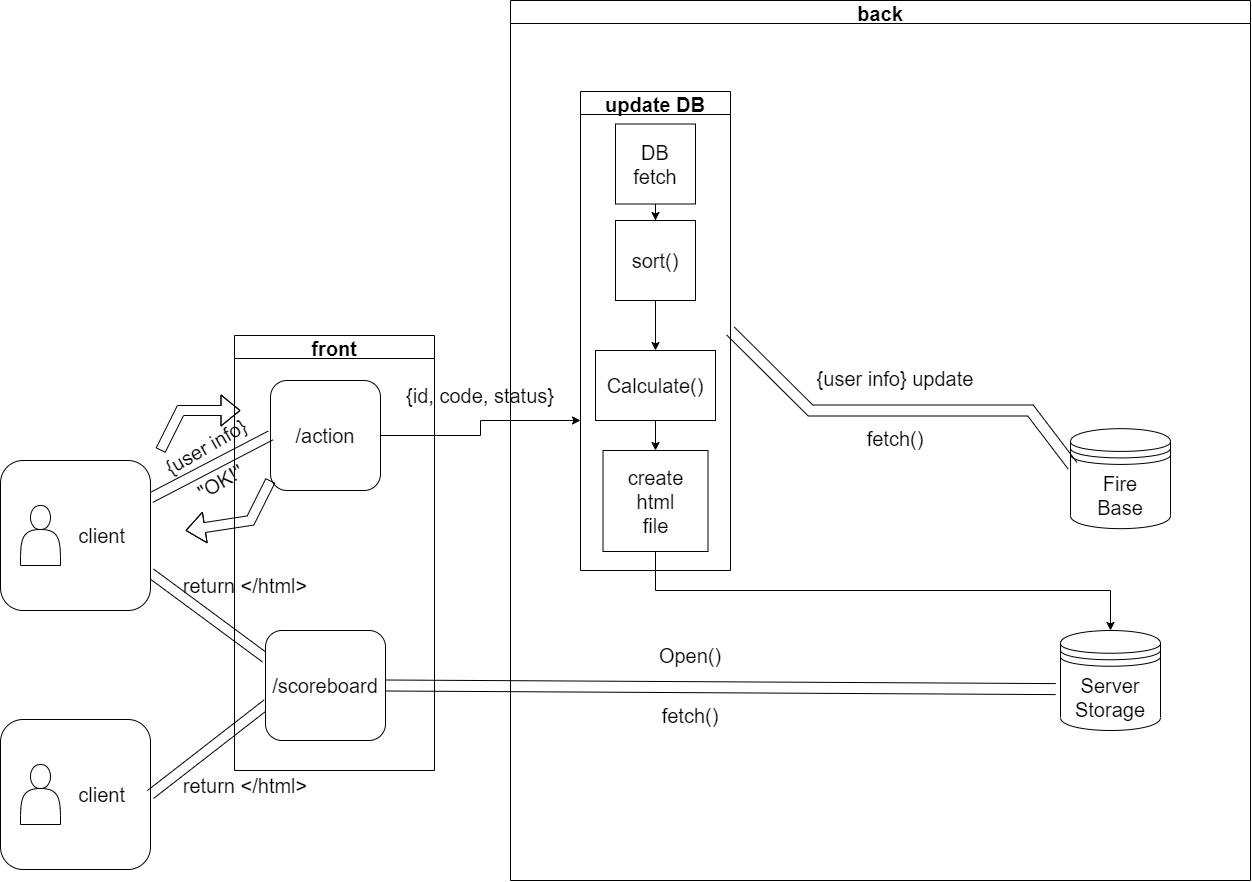
The draw.io diagram INC_HC.drawio.png in zjvlwndehr/drawio, before a commit. Source tidied: cells renumbered, new cells last; positions are measured from the earlier drawing's top-left corner, leaving out a move shared by most shapes.
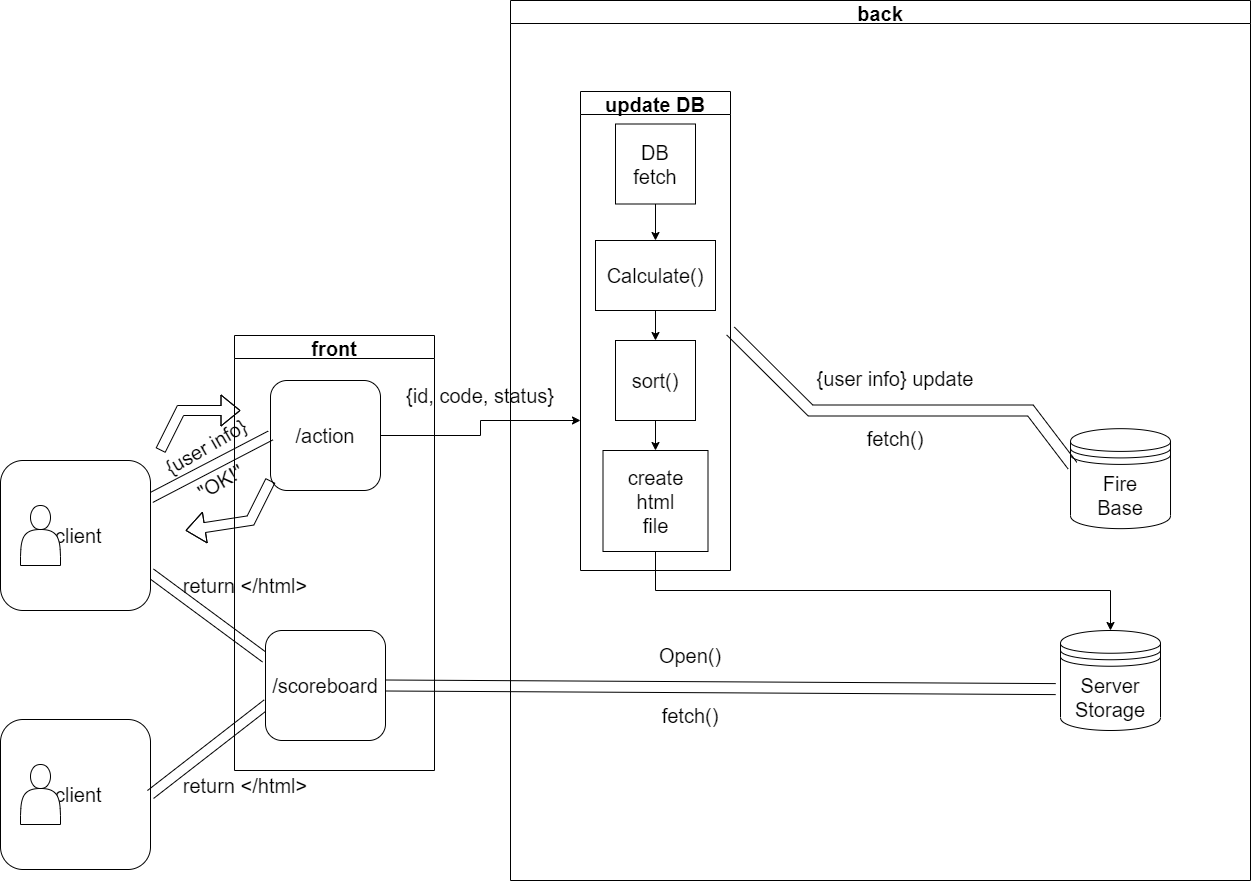
Later version of the same file.

Commit message:
INC_HC.drawio.png이 추가되었습니다.

Change to the diagram source:
```diff
@@ -46,7 +46,7 @@
     <mxCell id="10" style="group;" parent="1" vertex="1">
       <mxGeometry y="460" width="150" height="150" as="geometry" />
     </mxCell>
-    <mxCell id="11" value="&lt;span style=&quot;white-space: pre;&quot;&gt;&#9;&lt;/span&gt;&lt;span style=&quot;white-space: pre;&quot;&gt;&#9;&lt;/span&gt;&lt;font style=&quot;font-size: 20px;&quot;&gt;client&lt;/font&gt;" style="rounded=1;whiteSpace=wrap;html=1;" parent="10" vertex="1">
+    <mxCell id="11" value="&lt;span style=&quot;white-space: pre;&quot;&gt; &lt;/span&gt;&lt;span style=&quot;white-space: pre;&quot;&gt; &lt;/span&gt;&lt;font style=&quot;font-size: 20px;&quot;&gt;client&lt;/font&gt;" style="rounded=1;whiteSpace=wrap;html=1;" parent="10" vertex="1">
       <mxGeometry width="150" height="150" as="geometry" />
     </mxCell>
     <mxCell id="12" style="shape=actor;whiteSpace=wrap;html=1;" parent="10" vertex="1">
@@ -55,7 +55,7 @@
     <mxCell id="13" style="group;" parent="1" vertex="1">
       <mxGeometry y="719" width="150" height="150" as="geometry" />
     </mxCell>
-    <mxCell id="14" value="&lt;span style=&quot;white-space: pre;&quot;&gt;&#9;&lt;/span&gt;&lt;span style=&quot;white-space: pre;&quot;&gt;&#9;&lt;/span&gt;&lt;font style=&quot;font-size: 20px;&quot;&gt;client&lt;/font&gt;" style="rounded=1;whiteSpace=wrap;html=1;" parent="13" vertex="1">
+    <mxCell id="14" value="&lt;span style=&quot;white-space: pre;&quot;&gt; &lt;/span&gt;&lt;span style=&quot;white-space: pre;&quot;&gt; &lt;/span&gt;&lt;font style=&quot;font-size: 20px;&quot;&gt;client&lt;/font&gt;" style="rounded=1;whiteSpace=wrap;html=1;" parent="13" vertex="1">
       <mxGeometry width="150" height="150" as="geometry" />
     </mxCell>
     <mxCell id="15" style="shape=actor;whiteSpace=wrap;html=1;" parent="13" vertex="1">
@@ -122,26 +122,26 @@
     <mxCell id="33" value="update DB" style="swimlane;fontSize=20;startSize=23;" parent="32" vertex="1">
       <mxGeometry x="70" y="91" width="150" height="479" as="geometry" />
     </mxCell>
-    <mxCell id="34" style="edgeStyle=orthogonalEdgeStyle;rounded=0;jettySize=auto;html=1;fontSize=20;" parent="33" edge="1" source="35" target="37">
-      <mxGeometry relative="1" as="geometry" />
-    </mxCell>
+    <mxCell id="42" style="edgeStyle=orthogonalEdgeStyle;rounded=0;jettySize=auto;html=1;" parent="33" edge="1" source="35" target="40">
+      <mxGeometry relative="1" as="geometry" />
+    </mxCell>
     <mxCell id="35" value="DB&lt;br&gt;fetch" style="whiteSpace=wrap;html=1;fontSize=20;" parent="33" vertex="1">
       <mxGeometry x="35" y="32.5" width="80" height="80" as="geometry" />
     </mxCell>
-    <mxCell id="36" style="edgeStyle=orthogonalEdgeStyle;rounded=0;jettySize=auto;html=1;fontSize=20;" parent="33" edge="1" source="37" target="40">
-      <mxGeometry relative="1" as="geometry" />
-    </mxCell>
+    <mxCell id="43" style="edgeStyle=orthogonalEdgeStyle;rounded=0;jettySize=auto;html=1;" parent="33" edge="1" source="37" target="38">
+      <mxGeometry relative="1" as="geometry" />
+    </mxCell>
     <mxCell id="37" value="sort()" style="whiteSpace=wrap;html=1;fontSize=20;" parent="33" vertex="1">
-      <mxGeometry x="35" y="129" width="80" height="80" as="geometry" />
+      <mxGeometry x="35" y="249" width="80" height="80" as="geometry" />
     </mxCell>
     <mxCell id="38" value="create&lt;br&gt;html&lt;br&gt;file" style="whiteSpace=wrap;html=1;fontSize=20;" parent="33" vertex="1">
       <mxGeometry x="22.5" y="359" width="105" height="101" as="geometry" />
     </mxCell>
-    <mxCell id="39" style="edgeStyle=orthogonalEdgeStyle;rounded=0;jettySize=auto;html=1;fontSize=20;" parent="33" edge="1" source="40" target="38">
-      <mxGeometry relative="1" as="geometry" />
-    </mxCell>
+    <mxCell id="44" style="edgeStyle=orthogonalEdgeStyle;rounded=0;jettySize=auto;html=1;" parent="33" edge="1" source="40" target="37">
+      <mxGeometry relative="1" as="geometry" />
+    </mxCell>
     <mxCell id="40" value="Calculate()" style="whiteSpace=wrap;html=1;fontSize=20;" parent="33" vertex="1">
-      <mxGeometry x="15" y="259" width="120" height="70" as="geometry" />
+      <mxGeometry x="15" y="149" width="120" height="70" as="geometry" />
     </mxCell>
     <mxCell id="41" style="shape=link;html=1;rounded=0;fontSize=20;width=11;entryX=0.02;entryY=0.37;entryDx=0;entryDy=0;entryPerimeter=0;exitX=1;exitY=0.5;exitDx=0;exitDy=0;" parent="1" edge="1" source="33" target="22">
       <mxGeometry relative="1" as="geometry">
```
